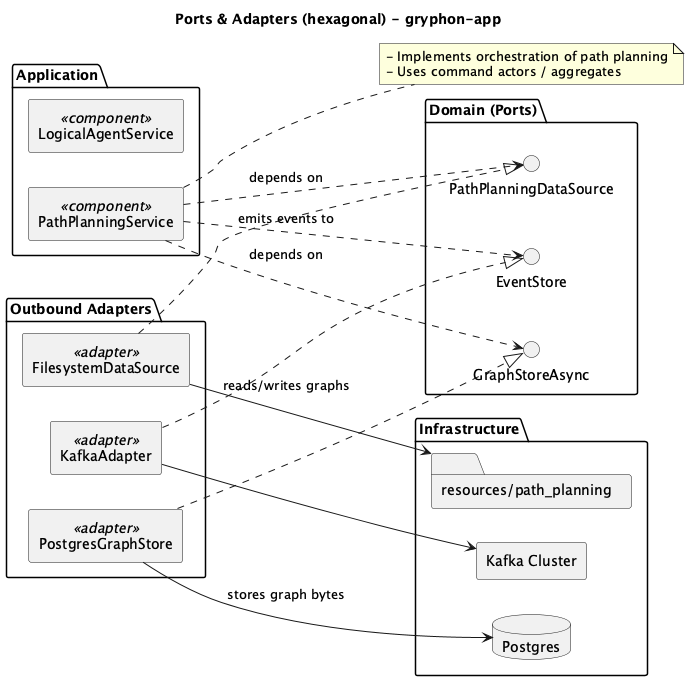
Above: docs/diagrams/ports_adapters.png in eikeschumann971/gryphon-app (PlantUML), before the change. Its source is kept beside it as docs/diagrams/ports_adapters.puml. Its diagram source:
```plantuml
@startuml
title Ports & Adapters (hexagonal) - gryphon-app
left to right direction
skinparam componentStyle rectangle

package "Application" {
  [PathPlanningService] <<component>>
  [LogicalAgentService] <<component>>
}

package "Domain (Ports)" {
  interface "GraphStoreAsync" as GraphStorePort
  interface "PathPlanningDataSource" as DataSourcePort
  interface "EventStore" as EventStorePort
}

package "Outbound Adapters" {
  component "FilesystemDataSource" as FS <<adapter>>
  component "PostgresGraphStore" as PG <<adapter>>
  component "KafkaAdapter" as KAFKA <<adapter>>
}

package "Infrastructure" {
  database "Postgres" as DB
  [Kafka Cluster]
  folder "resources/path_planning" as ASSETS
}

PathPlanningService ..> GraphStorePort : depends on
PathPlanningService ..> DataSourcePort : depends on
PathPlanningService ..> EventStorePort : emits events to

FS ..|> DataSourcePort
PG ..|> GraphStorePort
KAFKA ..|> EventStorePort

PG --> DB : stores graph bytes
FS --> ASSETS : reads/writes graphs
KAFKA --> [Kafka Cluster]

note right of PathPlanningService
  - Implements orchestration of path planning
  - Uses command actors / aggregates
end note

@enduml
```
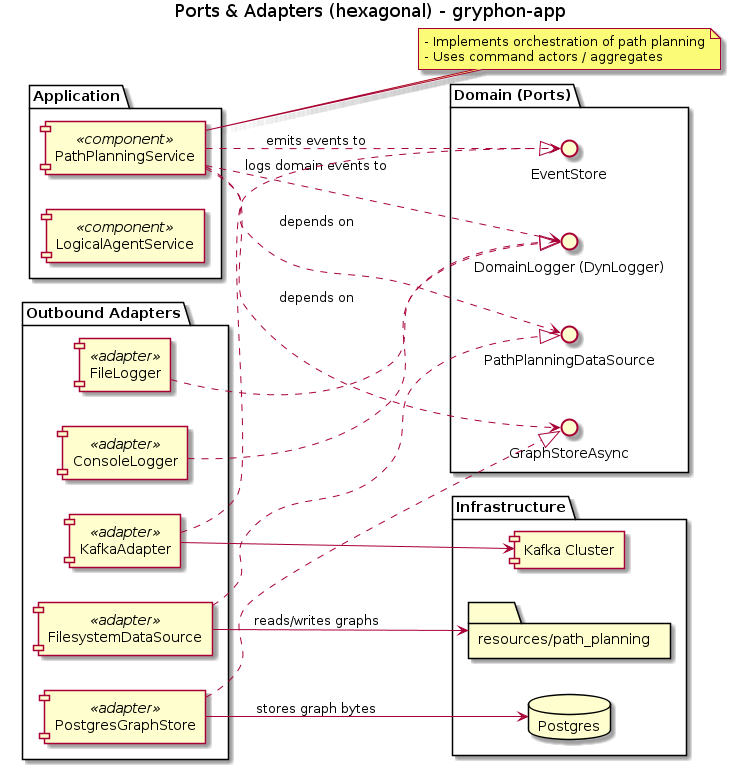
Later version of the same file.

Change to the diagram source:
```diff
@@ -12,12 +12,15 @@
   interface "GraphStoreAsync" as GraphStorePort
   interface "PathPlanningDataSource" as DataSourcePort
   interface "EventStore" as EventStorePort
+  interface "DomainLogger (DynLogger)" as LoggerPort
 }
 
 package "Outbound Adapters" {
   component "FilesystemDataSource" as FS <<adapter>>
   component "PostgresGraphStore" as PG <<adapter>>
   component "KafkaAdapter" as KAFKA <<adapter>>
+  component "FileLogger" as FILELOG <<adapter>>
+  component "ConsoleLogger" as CONSLOG <<adapter>>
 }
 
 package "Infrastructure" {
@@ -29,10 +32,13 @@
 PathPlanningService ..> GraphStorePort : depends on
 PathPlanningService ..> DataSourcePort : depends on
 PathPlanningService ..> EventStorePort : emits events to
+PathPlanningService ..> LoggerPort : logs domain events to
 
 FS ..|> DataSourcePort
 PG ..|> GraphStorePort
 KAFKA ..|> EventStorePort
+FILELOG ..|> LoggerPort
+CONSLOG ..|> LoggerPort
 
 PG --> DB : stores graph bytes
 FS --> ASSETS : reads/writes graphs
```
